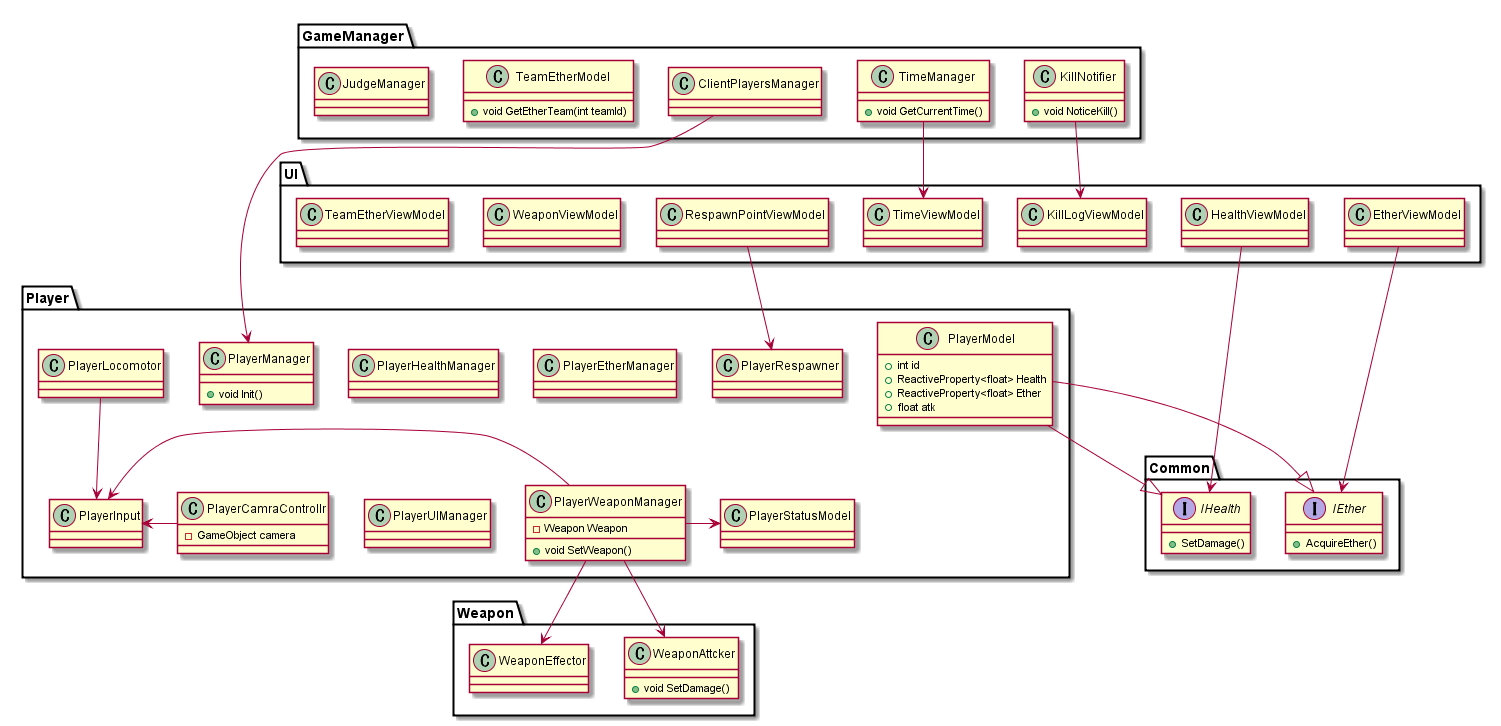
Before: UML/UML.png, a diagram exported from PlantUML (denx-jp/SSP).
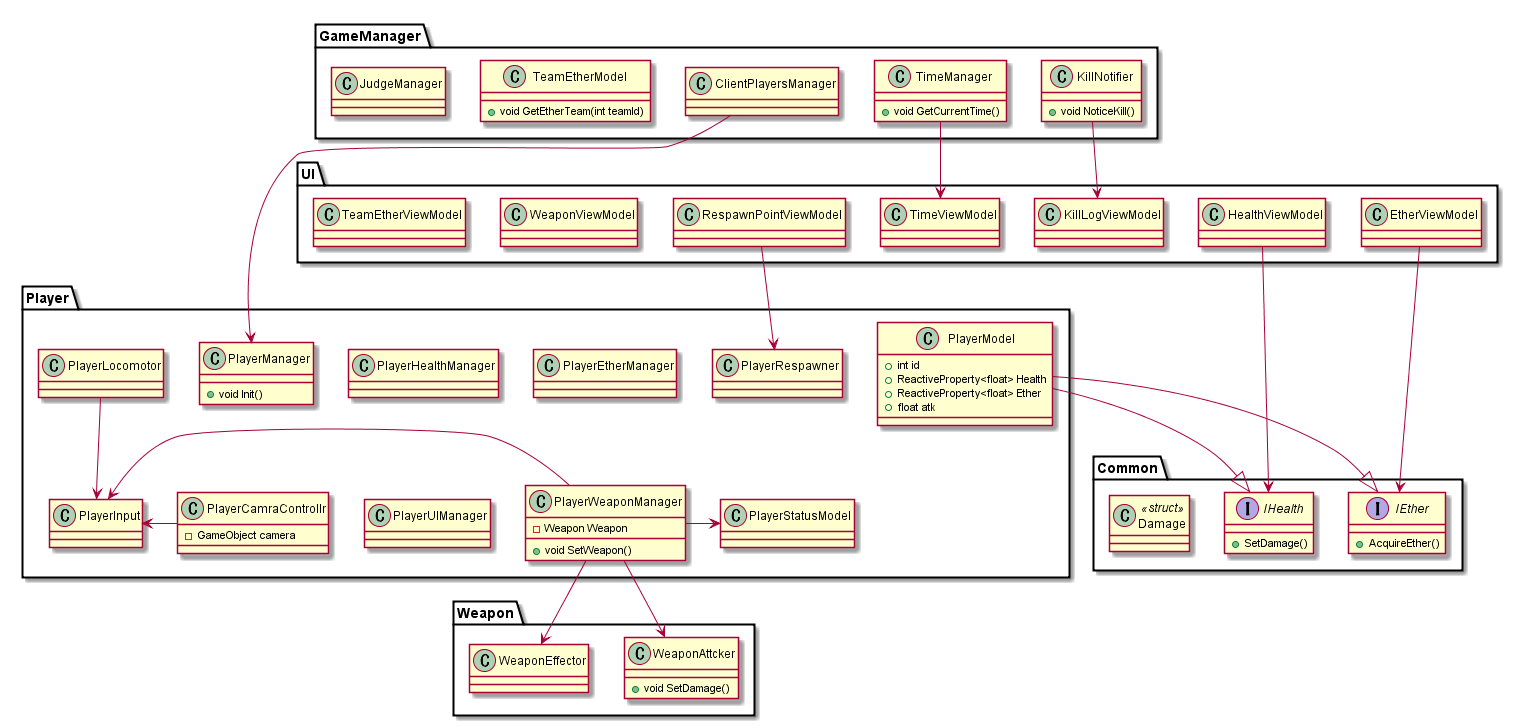
After the commit.

Diff of the diagram source:
```diff
@@ -137,6 +137,11 @@
   interface IEther{
     + AcquireEther()
   }
+
+
+  class Damage <<struct>>{
+
+  }
 }
 
 @enduml
```
